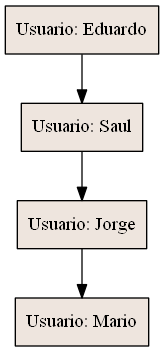
Eduardo01004/Proyecto_Clase_EDD keeps this Graphviz diagram as Proyecto_Clase/Lista_Usuarios.png. Above is the earlier version. Its source is kept beside it as Proyecto_Clase/Lista_Usuarios.dot.
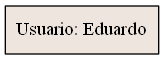
The same file after the commit.

The edit, as a diff of the source:
```diff
@@ -1,9 +1,3 @@
 digraph G{
-1825273975[shape=record, style=filled, fillcolor=seashell2,label="Usuario: Eduardo"];
-1825273975->7228046
-7228046[shape=record, style=filled, fillcolor=seashell2,label="Usuario: Saul"];
-7228046->759555966
-759555966[shape=record, style=filled, fillcolor=seashell2,label="Usuario: Jorge"];
-759555966->1162907670
-1162907670[shape=record, style=filled, fillcolor=seashell2,label="Usuario: Mario"];
+1574633562[shape=record, style=filled, fillcolor=seashell2,label="Usuario: Eduardo"];
 }
```
